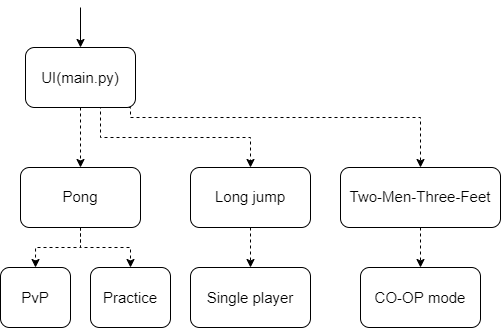
The draw.io diagram dokumentaatio/arkkitehtuuri.png in KirinPoersti/ot-harjoitustyo, before a commit. Source tidied: cells renumbered, new cells last; positions are measured from the earlier drawing's top-left corner, leaving out a move shared by most shapes. The source it was exported from:
```xml
<mxGraphModel>
  <root>
    <mxCell id="0" />
    <mxCell id="1" parent="0" />
    <mxCell id="2" style="edgeStyle=orthogonalEdgeStyle;rounded=0;jettySize=auto;html=1;exitX=0.5;exitY=1;exitDx=0;exitDy=0;fontSize=17;dashed=1;" parent="1" edge="1" source="5" target="9">
      <mxGeometry relative="1" as="geometry">
        <Array as="points">
          <mxPoint x="80" y="100" />
        </Array>
      </mxGeometry>
    </mxCell>
    <mxCell id="3" style="edgeStyle=orthogonalEdgeStyle;rounded=0;jettySize=auto;html=1;exitX=0.5;exitY=1;exitDx=0;exitDy=0;entryX=0.5;entryY=0;entryDx=0;entryDy=0;fontSize=15;dashed=1;" parent="1" edge="1" source="5" target="11">
      <mxGeometry relative="1" as="geometry">
        <Array as="points">
          <mxPoint x="100" y="100" />
          <mxPoint x="100" y="130" />
          <mxPoint x="250" y="130" />
        </Array>
      </mxGeometry>
    </mxCell>
    <mxCell id="4" style="edgeStyle=orthogonalEdgeStyle;rounded=0;jettySize=auto;html=1;exitX=0.5;exitY=1;exitDx=0;exitDy=0;fontSize=15;dashed=1;" parent="1" edge="1" source="5" target="13">
      <mxGeometry relative="1" as="geometry">
        <Array as="points">
          <mxPoint x="130" y="100" />
          <mxPoint x="130" y="110" />
          <mxPoint x="420" y="110" />
        </Array>
      </mxGeometry>
    </mxCell>
    <mxCell id="5" value="&lt;font style=&quot;font-size: 15px;&quot;&gt;UI(main.py)&lt;/font&gt;" style="rounded=1;whiteSpace=wrap;html=1;" parent="1" vertex="1">
      <mxGeometry x="25" y="40" width="110" height="60" as="geometry" />
    </mxCell>
    <mxCell id="6" style="endArrow=classic;html=1;rounded=0;fontSize=17;entryX=0.5;entryY=0;entryDx=0;entryDy=0;" parent="1" edge="1" target="5">
      <mxGeometry relative="1" as="geometry">
        <mxPoint x="80" as="sourcePoint" />
      </mxGeometry>
    </mxCell>
    <mxCell id="7" style="edgeStyle=orthogonalEdgeStyle;rounded=0;jettySize=auto;html=1;exitX=0.5;exitY=1;exitDx=0;exitDy=0;entryX=0.5;entryY=0;entryDx=0;entryDy=0;dashed=1;fontSize=15;" parent="1" edge="1" source="9" target="14">
      <mxGeometry relative="1" as="geometry" />
    </mxCell>
    <mxCell id="8" style="edgeStyle=orthogonalEdgeStyle;rounded=0;jettySize=auto;html=1;exitX=0.5;exitY=1;exitDx=0;exitDy=0;entryX=0.5;entryY=0;entryDx=0;entryDy=0;dashed=1;fontSize=15;" parent="1" edge="1" source="9" target="15">
      <mxGeometry relative="1" as="geometry" />
    </mxCell>
    <mxCell id="9" value="&lt;font style=&quot;font-size: 15px;&quot;&gt;Pong&lt;/font&gt;" style="rounded=1;whiteSpace=wrap;html=1;fontSize=17;" parent="1" vertex="1">
      <mxGeometry x="20" y="160" width="120" height="60" as="geometry" />
    </mxCell>
    <mxCell id="10" style="edgeStyle=orthogonalEdgeStyle;rounded=0;jettySize=auto;html=1;exitX=0.5;exitY=1;exitDx=0;exitDy=0;entryX=0.5;entryY=0;entryDx=0;entryDy=0;dashed=1;fontSize=15;" parent="1" edge="1" source="11" target="17">
      <mxGeometry relative="1" as="geometry" />
    </mxCell>
    <mxCell id="11" value="&lt;font style=&quot;font-size: 15px;&quot;&gt;Long jump&lt;/font&gt;" style="rounded=1;whiteSpace=wrap;html=1;fontSize=17;" parent="1" vertex="1">
      <mxGeometry x="190" y="160" width="120" height="60" as="geometry" />
    </mxCell>
    <mxCell id="12" style="edgeStyle=orthogonalEdgeStyle;rounded=0;jettySize=auto;html=1;exitX=0.5;exitY=1;exitDx=0;exitDy=0;entryX=0.5;entryY=0;entryDx=0;entryDy=0;dashed=1;fontSize=15;" parent="1" edge="1" source="13" target="16">
      <mxGeometry relative="1" as="geometry" />
    </mxCell>
    <mxCell id="13" value="&lt;font style=&quot;font-size: 15px;&quot;&gt;Two-Men-Three-Feet&lt;/font&gt;" style="rounded=1;whiteSpace=wrap;html=1;fontSize=17;" parent="1" vertex="1">
      <mxGeometry x="340" y="160" width="160" height="60" as="geometry" />
    </mxCell>
    <mxCell id="14" value="PvP" style="rounded=1;whiteSpace=wrap;html=1;fontSize=15;" parent="1" vertex="1">
      <mxGeometry y="260" width="70" height="60" as="geometry" />
    </mxCell>
    <mxCell id="15" value="Practice" style="rounded=1;whiteSpace=wrap;html=1;fontSize=15;" parent="1" vertex="1">
      <mxGeometry x="90" y="260" width="80" height="60" as="geometry" />
    </mxCell>
    <mxCell id="16" value="CO-OP mode" style="rounded=1;whiteSpace=wrap;html=1;fontSize=15;" parent="1" vertex="1">
      <mxGeometry x="360" y="260" width="120" height="60" as="geometry" />
    </mxCell>
    <mxCell id="17" value="Single player" style="rounded=1;whiteSpace=wrap;html=1;fontSize=15;" parent="1" vertex="1">
      <mxGeometry x="190" y="260" width="120" height="60" as="geometry" />
    </mxCell>
  </root>
</mxGraphModel>
```
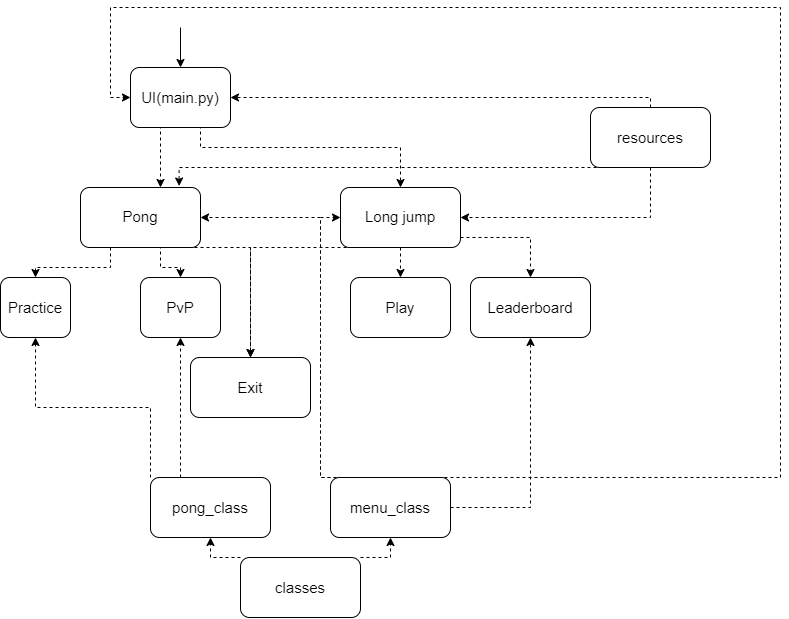
Above is the later version.

What changed in the source:
```diff
@@ -5,68 +5,173 @@
     <mxCell id="2" style="edgeStyle=orthogonalEdgeStyle;rounded=0;jettySize=auto;html=1;exitX=0.5;exitY=1;exitDx=0;exitDy=0;fontSize=17;dashed=1;" parent="1" edge="1" source="5" target="9">
       <mxGeometry relative="1" as="geometry">
         <Array as="points">
-          <mxPoint x="80" y="100" />
+          <mxPoint x="110" y="100" />
         </Array>
       </mxGeometry>
     </mxCell>
     <mxCell id="3" style="edgeStyle=orthogonalEdgeStyle;rounded=0;jettySize=auto;html=1;exitX=0.5;exitY=1;exitDx=0;exitDy=0;entryX=0.5;entryY=0;entryDx=0;entryDy=0;fontSize=15;dashed=1;" parent="1" edge="1" source="5" target="11">
       <mxGeometry relative="1" as="geometry">
         <Array as="points">
-          <mxPoint x="100" y="100" />
-          <mxPoint x="100" y="130" />
-          <mxPoint x="250" y="130" />
+          <mxPoint x="150" y="100" />
+          <mxPoint x="150" y="120" />
+          <mxPoint x="350" y="120" />
         </Array>
       </mxGeometry>
     </mxCell>
-    <mxCell id="4" style="edgeStyle=orthogonalEdgeStyle;rounded=0;jettySize=auto;html=1;exitX=0.5;exitY=1;exitDx=0;exitDy=0;fontSize=15;dashed=1;" parent="1" edge="1" source="5" target="13">
-      <mxGeometry relative="1" as="geometry">
-        <Array as="points">
-          <mxPoint x="130" y="100" />
-          <mxPoint x="130" y="110" />
-          <mxPoint x="420" y="110" />
-        </Array>
-      </mxGeometry>
-    </mxCell>
     <mxCell id="5" value="&lt;font style=&quot;font-size: 15px;&quot;&gt;UI(main.py)&lt;/font&gt;" style="rounded=1;whiteSpace=wrap;html=1;" parent="1" vertex="1">
-      <mxGeometry x="25" y="40" width="110" height="60" as="geometry" />
+      <mxGeometry x="80" y="40" width="100" height="60" as="geometry" />
     </mxCell>
-    <mxCell id="6" style="endArrow=classic;html=1;rounded=0;fontSize=17;entryX=0.5;entryY=0;entryDx=0;entryDy=0;" parent="1" edge="1" target="5">
-      <mxGeometry relative="1" as="geometry">
-        <mxPoint x="80" as="sourcePoint" />
-      </mxGeometry>
-    </mxCell>
     <mxCell id="7" style="edgeStyle=orthogonalEdgeStyle;rounded=0;jettySize=auto;html=1;exitX=0.5;exitY=1;exitDx=0;exitDy=0;entryX=0.5;entryY=0;entryDx=0;entryDy=0;dashed=1;fontSize=15;" parent="1" edge="1" source="9" target="14">
-      <mxGeometry relative="1" as="geometry" />
+      <mxGeometry relative="1" as="geometry">
+        <Array as="points">
+          <mxPoint x="60" y="220" />
+          <mxPoint x="60" y="240" />
+          <mxPoint x="-15" y="240" />
+        </Array>
+      </mxGeometry>
     </mxCell>
     <mxCell id="8" style="edgeStyle=orthogonalEdgeStyle;rounded=0;jettySize=auto;html=1;exitX=0.5;exitY=1;exitDx=0;exitDy=0;entryX=0.5;entryY=0;entryDx=0;entryDy=0;dashed=1;fontSize=15;" parent="1" edge="1" source="9" target="15">
-      <mxGeometry relative="1" as="geometry" />
+      <mxGeometry relative="1" as="geometry">
+        <Array as="points">
+          <mxPoint x="110" y="220" />
+          <mxPoint x="110" y="240" />
+          <mxPoint x="130" y="240" />
+        </Array>
+      </mxGeometry>
     </mxCell>
+    <mxCell id="18" style="edgeStyle=orthogonalEdgeStyle;rounded=0;jettySize=auto;html=1;exitX=0.5;exitY=1;exitDx=0;exitDy=0;entryX=0.5;entryY=0;entryDx=0;entryDy=0;fontSize=15;dashed=1;" parent="1" edge="1" source="9" target="21">
+      <mxGeometry relative="1" as="geometry">
+        <Array as="points">
+          <mxPoint x="200" y="220" />
+        </Array>
+      </mxGeometry>
+    </mxCell>
     <mxCell id="9" value="&lt;font style=&quot;font-size: 15px;&quot;&gt;Pong&lt;/font&gt;" style="rounded=1;whiteSpace=wrap;html=1;fontSize=17;" parent="1" vertex="1">
-      <mxGeometry x="20" y="160" width="120" height="60" as="geometry" />
+      <mxGeometry x="30" y="160" width="120" height="60" as="geometry" />
     </mxCell>
     <mxCell id="10" style="edgeStyle=orthogonalEdgeStyle;rounded=0;jettySize=auto;html=1;exitX=0.5;exitY=1;exitDx=0;exitDy=0;entryX=0.5;entryY=0;entryDx=0;entryDy=0;dashed=1;fontSize=15;" parent="1" edge="1" source="11" target="17">
-      <mxGeometry relative="1" as="geometry" />
+      <mxGeometry relative="1" as="geometry">
+        <Array as="points">
+          <mxPoint x="350" y="220" />
+          <mxPoint x="350" y="220" />
+        </Array>
+      </mxGeometry>
     </mxCell>
+    <mxCell id="19" style="edgeStyle=orthogonalEdgeStyle;rounded=0;jettySize=auto;html=1;exitX=0.5;exitY=1;exitDx=0;exitDy=0;entryX=0.5;entryY=0;entryDx=0;entryDy=0;fontSize=15;dashed=1;" parent="1" edge="1" source="11" target="22">
+      <mxGeometry relative="1" as="geometry">
+        <Array as="points">
+          <mxPoint x="350" y="200" />
+          <mxPoint x="380" y="200" />
+          <mxPoint x="380" y="210" />
+          <mxPoint x="480" y="210" />
+        </Array>
+      </mxGeometry>
+    </mxCell>
+    <mxCell id="20" style="edgeStyle=orthogonalEdgeStyle;rounded=0;jettySize=auto;html=1;exitX=0.25;exitY=1;exitDx=0;exitDy=0;entryX=0.5;entryY=0;entryDx=0;entryDy=0;dashed=1;fontSize=15;" parent="1" edge="1" source="11" target="21">
+      <mxGeometry relative="1" as="geometry">
+        <Array as="points">
+          <mxPoint x="320" y="220" />
+          <mxPoint x="200" y="220" />
+        </Array>
+      </mxGeometry>
+    </mxCell>
     <mxCell id="11" value="&lt;font style=&quot;font-size: 15px;&quot;&gt;Long jump&lt;/font&gt;" style="rounded=1;whiteSpace=wrap;html=1;fontSize=17;" parent="1" vertex="1">
-      <mxGeometry x="190" y="160" width="120" height="60" as="geometry" />
+      <mxGeometry x="290" y="160" width="120" height="60" as="geometry" />
     </mxCell>
-    <mxCell id="12" style="edgeStyle=orthogonalEdgeStyle;rounded=0;jettySize=auto;html=1;exitX=0.5;exitY=1;exitDx=0;exitDy=0;entryX=0.5;entryY=0;entryDx=0;entryDy=0;dashed=1;fontSize=15;" parent="1" edge="1" source="13" target="16">
-      <mxGeometry relative="1" as="geometry" />
-    </mxCell>
-    <mxCell id="13" value="&lt;font style=&quot;font-size: 15px;&quot;&gt;Two-Men-Three-Feet&lt;/font&gt;" style="rounded=1;whiteSpace=wrap;html=1;fontSize=17;" parent="1" vertex="1">
-      <mxGeometry x="340" y="160" width="160" height="60" as="geometry" />
-    </mxCell>
-    <mxCell id="14" value="PvP" style="rounded=1;whiteSpace=wrap;html=1;fontSize=15;" parent="1" vertex="1">
-      <mxGeometry y="260" width="70" height="60" as="geometry" />
+    <mxCell id="14" value="Practice" style="rounded=1;whiteSpace=wrap;html=1;fontSize=15;" parent="1" vertex="1">
+      <mxGeometry x="-50" y="250" width="70" height="60" as="geometry" />
     </mxCell>
-    <mxCell id="15" value="Practice" style="rounded=1;whiteSpace=wrap;html=1;fontSize=15;" parent="1" vertex="1">
-      <mxGeometry x="90" y="260" width="80" height="60" as="geometry" />
+    <mxCell id="15" value="PvP" style="rounded=1;whiteSpace=wrap;html=1;fontSize=15;" parent="1" vertex="1">
+      <mxGeometry x="90" y="250" width="80" height="60" as="geometry" />
     </mxCell>
-    <mxCell id="16" value="CO-OP mode" style="rounded=1;whiteSpace=wrap;html=1;fontSize=15;" parent="1" vertex="1">
-      <mxGeometry x="360" y="260" width="120" height="60" as="geometry" />
-    </mxCell>
-    <mxCell id="17" value="Single player" style="rounded=1;whiteSpace=wrap;html=1;fontSize=15;" parent="1" vertex="1">
-      <mxGeometry x="190" y="260" width="120" height="60" as="geometry" />
+    <mxCell id="17" value="Play" style="rounded=1;whiteSpace=wrap;html=1;fontSize=15;" parent="1" vertex="1">
+      <mxGeometry x="300" y="250" width="100" height="60" as="geometry" />
     </mxCell>
+    <mxCell id="21" value="&lt;font style=&quot;font-size: 15px;&quot;&gt;Exit&lt;/font&gt;" style="rounded=1;whiteSpace=wrap;html=1;" parent="1" vertex="1">
+      <mxGeometry x="140" y="330" width="120" height="60" as="geometry" />
+    </mxCell>
+    <mxCell id="22" value="&lt;font style=&quot;font-size: 15px;&quot;&gt;Leaderboard&lt;/font&gt;" style="rounded=1;whiteSpace=wrap;html=1;" parent="1" vertex="1">
+      <mxGeometry x="420" y="250" width="120" height="60" as="geometry" />
+    </mxCell>
+    <mxCell id="23" style="endArrow=classic;html=1;rounded=0;fontSize=15;" parent="1" edge="1">
+      <mxGeometry relative="1" as="geometry">
+        <mxPoint x="130" as="sourcePoint" />
+        <mxPoint x="130" y="40" as="targetPoint" />
+      </mxGeometry>
+    </mxCell>
+    <mxCell id="24" style="edgeStyle=orthogonalEdgeStyle;rounded=0;jettySize=auto;html=1;exitX=0.5;exitY=0;exitDx=0;exitDy=0;entryX=1;entryY=0.5;entryDx=0;entryDy=0;fontSize=15;dashed=1;" parent="1" edge="1" source="27" target="5">
+      <mxGeometry relative="1" as="geometry">
+        <Array as="points">
+          <mxPoint x="600" y="70" />
+        </Array>
+      </mxGeometry>
+    </mxCell>
+    <mxCell id="25" style="edgeStyle=orthogonalEdgeStyle;rounded=0;jettySize=auto;html=1;exitX=0.5;exitY=1;exitDx=0;exitDy=0;entryX=0.822;entryY=-0.025;entryDx=0;entryDy=0;entryPerimeter=0;fontSize=15;dashed=1;" parent="1" edge="1" source="27" target="9">
+      <mxGeometry relative="1" as="geometry">
+        <Array as="points">
+          <mxPoint x="129" y="140" />
+        </Array>
+      </mxGeometry>
+    </mxCell>
+    <mxCell id="26" style="edgeStyle=orthogonalEdgeStyle;rounded=0;jettySize=auto;html=1;exitX=0.5;exitY=1;exitDx=0;exitDy=0;entryX=1;entryY=0.5;entryDx=0;entryDy=0;fontSize=15;dashed=1;" parent="1" edge="1" source="27" target="11">
+      <mxGeometry relative="1" as="geometry" />
+    </mxCell>
+    <mxCell id="27" value="&lt;font style=&quot;font-size: 15px;&quot;&gt;resources&lt;/font&gt;" style="rounded=1;whiteSpace=wrap;html=1;" parent="1" vertex="1">
+      <mxGeometry x="540" y="80" width="120" height="60" as="geometry" />
+    </mxCell>
+    <mxCell id="28" style="edgeStyle=orthogonalEdgeStyle;rounded=0;jettySize=auto;html=1;exitX=0;exitY=0;exitDx=0;exitDy=0;entryX=0.5;entryY=1;entryDx=0;entryDy=0;dashed=1;fontSize=15;" parent="1" edge="1" source="30" target="33">
+      <mxGeometry relative="1" as="geometry" />
+    </mxCell>
+    <mxCell id="29" style="edgeStyle=orthogonalEdgeStyle;rounded=0;jettySize=auto;html=1;exitX=1;exitY=0;exitDx=0;exitDy=0;entryX=0.5;entryY=1;entryDx=0;entryDy=0;dashed=1;fontSize=15;" parent="1" edge="1" source="30" target="38">
+      <mxGeometry relative="1" as="geometry" />
+    </mxCell>
+    <mxCell id="30" value="classes" style="rounded=1;whiteSpace=wrap;html=1;fontSize=15;" parent="1" vertex="1">
+      <mxGeometry x="190" y="530" width="120" height="60" as="geometry" />
+    </mxCell>
+    <mxCell id="31" style="edgeStyle=orthogonalEdgeStyle;rounded=0;jettySize=auto;html=1;exitX=0;exitY=0;exitDx=0;exitDy=0;entryX=0.5;entryY=1;entryDx=0;entryDy=0;dashed=1;fontSize=15;" parent="1" edge="1" source="33" target="14">
+      <mxGeometry relative="1" as="geometry" />
+    </mxCell>
+    <mxCell id="32" style="edgeStyle=orthogonalEdgeStyle;rounded=0;jettySize=auto;html=1;exitX=0.5;exitY=0;exitDx=0;exitDy=0;entryX=0.5;entryY=1;entryDx=0;entryDy=0;dashed=1;fontSize=15;" parent="1" edge="1" source="33" target="15">
+      <mxGeometry relative="1" as="geometry">
+        <Array as="points">
+          <mxPoint x="130" y="450" />
+        </Array>
+      </mxGeometry>
+    </mxCell>
+    <mxCell id="33" value="pong_class" style="rounded=1;whiteSpace=wrap;html=1;fontSize=15;" parent="1" vertex="1">
+      <mxGeometry x="100" y="450" width="120" height="60" as="geometry" />
+    </mxCell>
+    <mxCell id="34" style="edgeStyle=orthogonalEdgeStyle;rounded=0;jettySize=auto;html=1;exitX=0.5;exitY=0;exitDx=0;exitDy=0;entryX=1;entryY=0.5;entryDx=0;entryDy=0;dashed=1;fontSize=15;" parent="1" edge="1" source="38" target="9">
+      <mxGeometry relative="1" as="geometry">
+        <Array as="points">
+          <mxPoint x="270" y="450" />
+          <mxPoint x="270" y="190" />
+        </Array>
+      </mxGeometry>
+    </mxCell>
+    <mxCell id="35" style="edgeStyle=orthogonalEdgeStyle;rounded=0;jettySize=auto;html=1;exitX=0.5;exitY=0;exitDx=0;exitDy=0;entryX=0;entryY=0.5;entryDx=0;entryDy=0;dashed=1;fontSize=15;" parent="1" edge="1" source="38" target="11">
+      <mxGeometry relative="1" as="geometry">
+        <Array as="points">
+          <mxPoint x="270" y="450" />
+          <mxPoint x="270" y="190" />
+        </Array>
+      </mxGeometry>
+    </mxCell>
+    <mxCell id="36" style="edgeStyle=orthogonalEdgeStyle;rounded=0;jettySize=auto;html=1;exitX=0.5;exitY=0;exitDx=0;exitDy=0;entryX=0;entryY=0.5;entryDx=0;entryDy=0;dashed=1;fontSize=15;" parent="1" edge="1" source="38" target="5">
+      <mxGeometry relative="1" as="geometry">
+        <Array as="points">
+          <mxPoint x="730" y="450" />
+          <mxPoint x="730" y="-20" />
+          <mxPoint x="60" y="-20" />
+          <mxPoint x="60" y="70" />
+        </Array>
+      </mxGeometry>
+    </mxCell>
+    <mxCell id="37" style="edgeStyle=orthogonalEdgeStyle;rounded=0;jettySize=auto;html=1;exitX=1;exitY=0.5;exitDx=0;exitDy=0;entryX=0.5;entryY=1;entryDx=0;entryDy=0;dashed=1;fontSize=15;" parent="1" edge="1" source="38" target="22">
+      <mxGeometry relative="1" as="geometry" />
+    </mxCell>
+    <mxCell id="38" value="menu_class" style="rounded=1;whiteSpace=wrap;html=1;fontSize=15;" parent="1" vertex="1">
+      <mxGeometry x="280" y="450" width="120" height="60" as="geometry" />
+    </mxCell>
   </root>
 </mxGraphModel>
```
